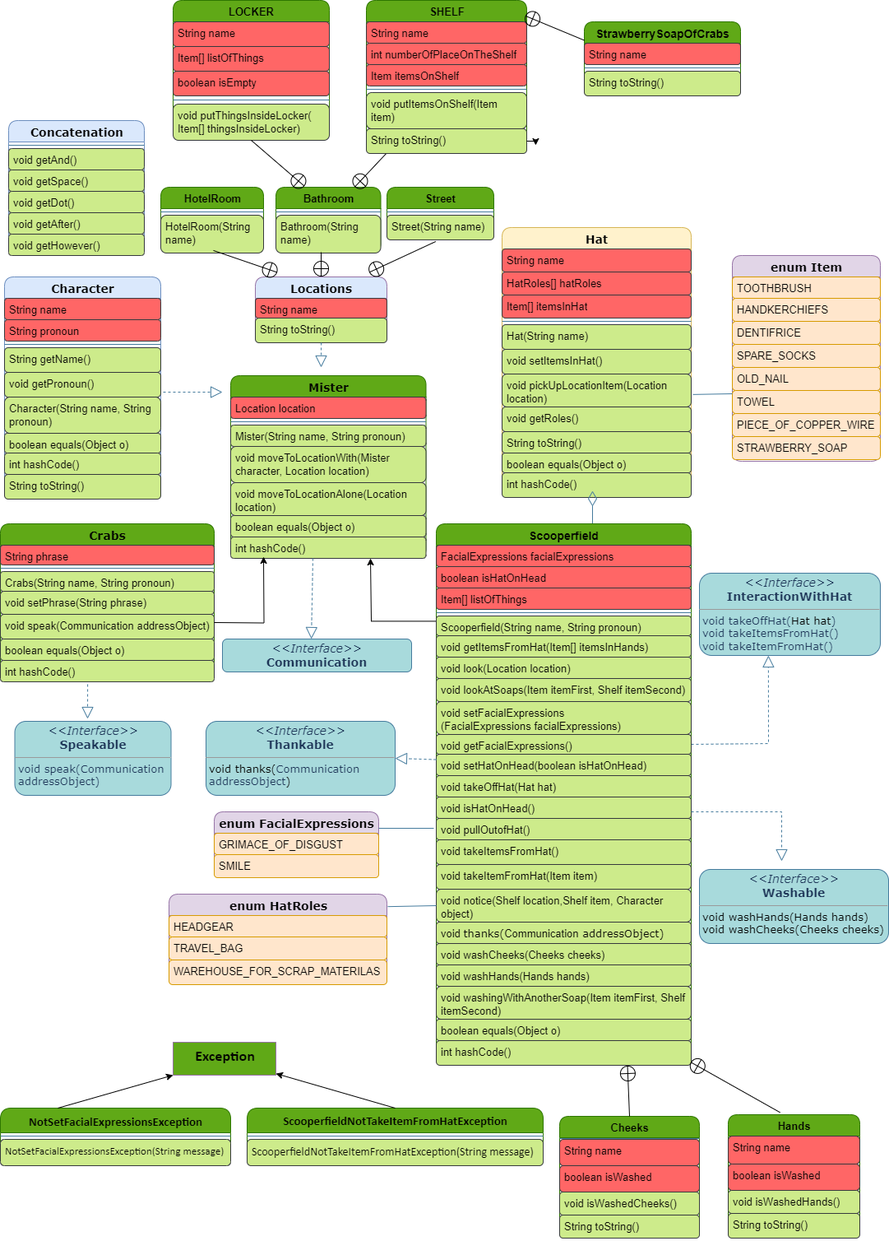
Before: src/main/resources/UML.png, a diagram exported from draw.io (WillSpector/LAB_WORK_3). Source tidied: cells renumbered, new cells last; positions are measured from the earlier drawing's top-left corner, leaving out a move shared by most shapes.
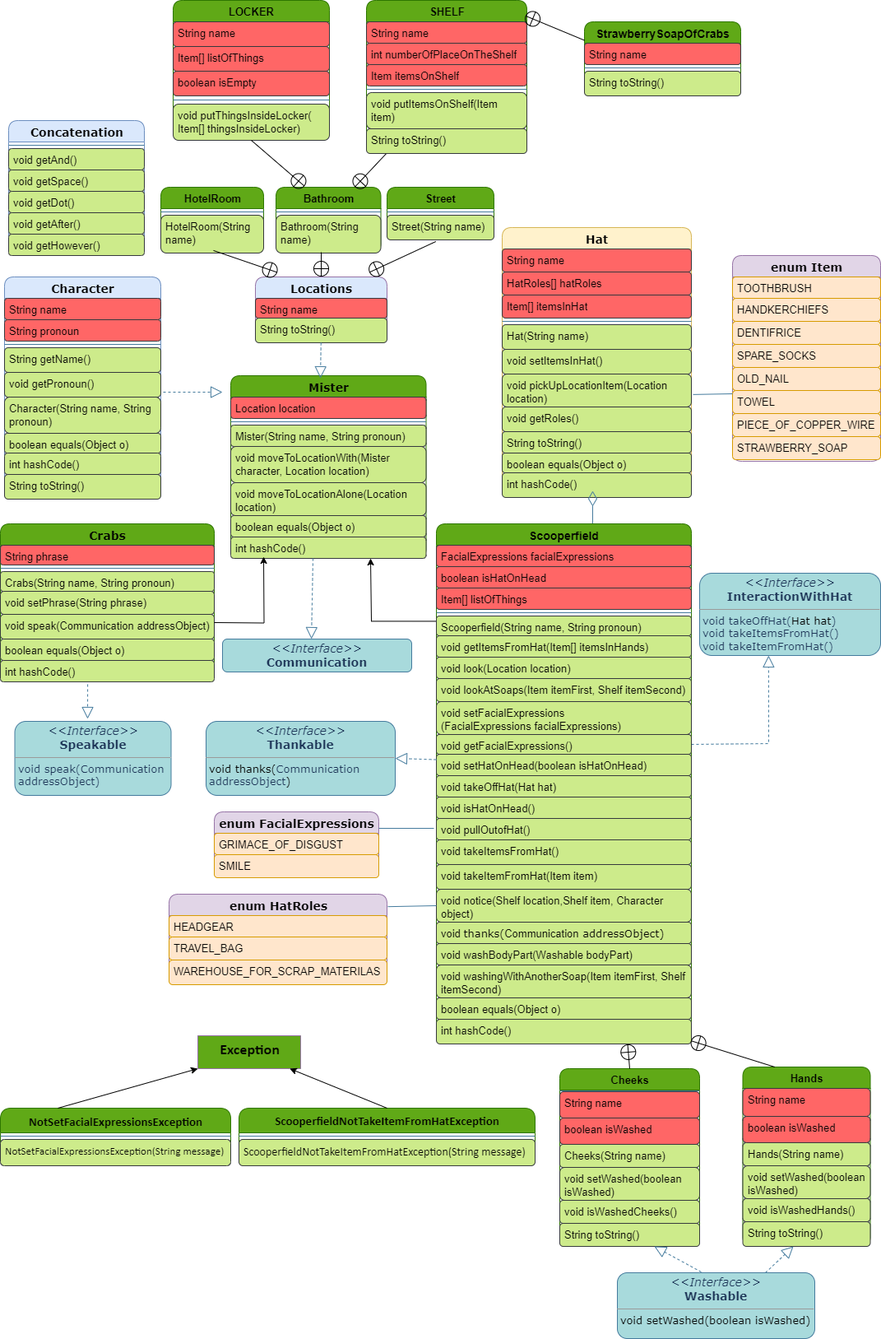
After the change.

What changed in the source:
```diff
@@ -228,7 +228,7 @@
       <mxGeometry y="138" width="165" height="26" as="geometry" />
     </mxCell>
     <mxCell id="70" value="&lt;div&gt;&lt;span style=&quot;font-family: Helvetica; text-align: left; text-wrap: wrap;&quot;&gt;&lt;font color=&quot;#000000&quot; style=&quot;font-size: 14px;&quot;&gt;Scooperfield&lt;/font&gt;&lt;/span&gt;&lt;br&gt;&lt;/div&gt;" style="swimlane;html=1;fontStyle=1;align=center;verticalAlign=top;horizontal=1;startSize=26;swimlaneFillColor=#ffffff;rounded=1;shadow=0;comic=0;labelBackgroundColor=none;strokeWidth=1;fillColor=#60a917;fontFamily=Verdana;fontSize=12;strokeColor=#2D7600;fontColor=#ffffff;" parent="1" vertex="1">
-      <mxGeometry x="530" y="636" width="310" height="658" as="geometry" />
+      <mxGeometry x="530" y="636" width="310" height="632" as="geometry" />
     </mxCell>
     <mxCell id="71" value="FacialExpressions&amp;nbsp;&lt;span style=&quot;background-color: initial; font-size: 13px;&quot;&gt;facialExpressions&lt;/span&gt;" style="text;html=1;strokeColor=#36393d;fillColor=#FF6666;align=left;verticalAlign=top;spacingLeft=4;spacingRight=4;whiteSpace=wrap;overflow=hidden;labelBackgroundColor=none;rounded=1;fontSize=13;" parent="70" vertex="1">
       <mxGeometry y="26" width="310" height="26" as="geometry" />
@@ -284,20 +284,17 @@
     <mxCell id="88" value="void &lt;span style=&quot;font-family: Verdana; background-color: initial;&quot;&gt;thanks(&lt;/span&gt;Communication&lt;span style=&quot;font-family: Verdana; background-color: initial;&quot;&gt;&amp;nbsp;addressObject)&lt;/span&gt;" style="text;html=1;strokeColor=#36393d;fillColor=#cdeb8b;align=left;verticalAlign=top;spacingLeft=4;spacingRight=4;whiteSpace=wrap;overflow=hidden;labelBackgroundColor=none;rounded=1;fontSize=13;" parent="70" vertex="1">
       <mxGeometry y="484" width="310" height="26" as="geometry" />
     </mxCell>
-    <mxCell id="89" value="void washCheeks(Cheeks cheeks)" style="text;html=1;strokeColor=#36393d;fillColor=#cdeb8b;align=left;verticalAlign=top;spacingLeft=4;spacingRight=4;whiteSpace=wrap;overflow=hidden;labelBackgroundColor=none;rounded=1;fontSize=13;" parent="70" vertex="1">
+    <mxCell id="89" value="void washBodyPart(Washable bodyPart)" style="text;html=1;strokeColor=#36393d;fillColor=#cdeb8b;align=left;verticalAlign=top;spacingLeft=4;spacingRight=4;whiteSpace=wrap;overflow=hidden;labelBackgroundColor=none;rounded=1;fontSize=13;" parent="70" vertex="1">
       <mxGeometry y="510" width="310" height="26" as="geometry" />
     </mxCell>
-    <mxCell id="90" value="void washHands(Hands hands)" style="text;html=1;strokeColor=#36393d;fillColor=#cdeb8b;align=left;verticalAlign=top;spacingLeft=4;spacingRight=4;whiteSpace=wrap;overflow=hidden;labelBackgroundColor=none;rounded=1;fontSize=13;" parent="70" vertex="1">
-      <mxGeometry y="536" width="310" height="26" as="geometry" />
-    </mxCell>
     <mxCell id="91" value="void washingWithAnotherSoap(Item itemFirst, Shelf itemSecond&lt;span style=&quot;background-color: initial;&quot;&gt;)&lt;/span&gt;" style="text;html=1;strokeColor=#36393d;fillColor=#cdeb8b;align=left;verticalAlign=top;spacingLeft=4;spacingRight=4;whiteSpace=wrap;overflow=hidden;labelBackgroundColor=none;rounded=1;fontSize=13;" parent="70" vertex="1">
-      <mxGeometry y="562" width="310" height="40" as="geometry" />
+      <mxGeometry y="536" width="310" height="40" as="geometry" />
     </mxCell>
     <mxCell id="92" value="boolean equals(Object o)" style="text;html=1;strokeColor=#36393d;fillColor=#cdeb8b;align=left;verticalAlign=top;spacingLeft=4;spacingRight=4;whiteSpace=wrap;overflow=hidden;labelBackgroundColor=none;rounded=1;fontSize=13;" parent="70" vertex="1">
-      <mxGeometry y="602" width="310" height="26" as="geometry" />
+      <mxGeometry y="576" width="310" height="26" as="geometry" />
     </mxCell>
     <mxCell id="93" value="int hashCode()" style="text;html=1;strokeColor=#36393d;fillColor=#cdeb8b;align=left;verticalAlign=top;spacingLeft=4;spacingRight=4;whiteSpace=wrap;overflow=hidden;points=[[0,0.5],[1,0.5]];portConstraint=eastwest;labelBackgroundColor=none;rounded=1;fontSize=13;" parent="70" vertex="1">
-      <mxGeometry y="628" width="310" height="30" as="geometry" />
+      <mxGeometry y="602" width="310" height="30" as="geometry" />
     </mxCell>
     <mxCell id="94" style="endArrow=block;dashed=1;endFill=0;endSize=12;html=1;rounded=0;strokeColor=#457B9D;fontColor=#1D3557;fillColor=#A8DADC;entryX=1;entryY=0.5;entryDx=0;entryDy=0;exitX=0;exitY=0.25;exitDx=0;exitDy=0;exitPerimeter=0;" parent="1" edge="1" source="81" target="52">
       <mxGeometry relative="1" as="geometry" />
@@ -377,9 +374,6 @@
     <mxCell id="119" value="String toString()" style="text;html=1;align=left;verticalAlign=top;spacingLeft=4;spacingRight=4;whiteSpace=wrap;overflow=hidden;points=[[0,0.5],[1,0.5]];portConstraint=eastwest;labelBackgroundColor=none;rounded=1;fillColor=#cdeb8b;strokeColor=#36393d;fontSize=13;" parent="113" vertex="1">
       <mxGeometry y="156" width="195" height="30" as="geometry" />
     </mxCell>
-    <mxCell id="120" style="edgeStyle=orthogonalEdgeStyle;rounded=0;orthogonalLoop=1;jettySize=auto;html=1;exitX=1;exitY=0.5;exitDx=0;exitDy=0;entryX=1.056;entryY=0.667;entryDx=0;entryDy=0;entryPerimeter=0;" parent="113" edge="1" source="119" target="119">
-      <mxGeometry relative="1" as="geometry" />
-    </mxCell>
     <mxCell id="121" value="&lt;font style=&quot;font-size: 15px;&quot;&gt;&lt;span style=&quot;color: rgb(0, 0, 0); text-align: left; text-wrap: wrap; font-family: Calibri, sans-serif;&quot; lang=&quot;EN-US&quot;&gt;N&lt;/span&gt;&lt;span style=&quot;background-color: initial; text-wrap: wrap; color: rgb(0, 0, 0); text-align: left; font-family: Calibri, sans-serif;&quot; lang=&quot;EN-US&quot;&gt;otS&lt;/span&gt;&lt;span style=&quot;background-color: initial; text-wrap: wrap; color: rgb(0, 0, 0); text-align: left; line-height: 19.9733px; font-family: Calibri, sans-serif;&quot;&gt;etFacialExpressionsException&lt;/span&gt;&lt;/font&gt;" style="swimlane;html=1;fontStyle=1;align=center;verticalAlign=top;horizontal=1;startSize=30;swimlaneFillColor=#ffffff;rounded=1;shadow=0;comic=0;labelBackgroundColor=none;strokeWidth=1;fillColor=#60a917;fontFamily=Verdana;fontSize=12;strokeColor=#2D7600;fontColor=#ffffff;" parent="1" vertex="1">
       <mxGeometry y="1346" width="280" height="70" as="geometry" />
     </mxCell>
@@ -390,13 +384,13 @@
       <mxGeometry y="38" width="280" height="32" as="geometry" />
     </mxCell>
     <mxCell id="124" value="&lt;span style=&quot;font-family: Calibri, sans-serif; text-align: left; text-wrap: wrap;&quot;&gt;&lt;font style=&quot;font-size: 18px;&quot;&gt;Exception&lt;/font&gt;&lt;/span&gt;" style="swimlane;html=1;fontStyle=1;align=center;verticalAlign=top;horizontal=1;startSize=40;swimlaneFillColor=#ffffff;rounded=1;shadow=0;comic=0;labelBackgroundColor=none;strokeWidth=1;fillColor=#60A917;fontFamily=Verdana;fontSize=12;strokeColor=#9673a6;" parent="1" vertex="1">
-      <mxGeometry x="210" y="1266" width="125" height="40" as="geometry" />
+      <mxGeometry x="240" y="1258" width="125" height="40" as="geometry" />
     </mxCell>
     <mxCell id="125" style="endArrow=classic;html=1;rounded=0;entryX=0;entryY=1;entryDx=0;entryDy=0;exitX=0.25;exitY=0;exitDx=0;exitDy=0;" parent="1" edge="1" source="121" target="124">
       <mxGeometry relative="1" as="geometry" />
     </mxCell>
     <mxCell id="126" value="&lt;span style=&quot;background-color: initial; text-wrap: wrap; color: rgb(0, 0, 0); text-align: left; line-height: 19.9733px; font-family: Calibri, sans-serif;&quot;&gt;&lt;font style=&quot;font-size: 15px;&quot;&gt;ScooperfieldNotTakeItemFromHatException&lt;/font&gt;&lt;/span&gt;" style="swimlane;html=1;fontStyle=1;align=center;verticalAlign=top;horizontal=1;startSize=30;swimlaneFillColor=#ffffff;rounded=1;shadow=0;comic=0;labelBackgroundColor=none;strokeWidth=1;fillColor=#60a917;fontFamily=Verdana;fontSize=12;strokeColor=#2D7600;fontColor=#ffffff;" parent="1" vertex="1">
-      <mxGeometry x="300" y="1346" width="360" height="70" as="geometry" />
+      <mxGeometry x="290" y="1346" width="360" height="70" as="geometry" />
     </mxCell>
     <mxCell id="127" style="line;html=1;strokeWidth=1;fillColor=none;align=left;verticalAlign=middle;spacingTop=-1;spacingLeft=3;spacingRight=3;labelPosition=right;labelBackgroundColor=none;strokeColor=#457B9D;fontColor=#1D3557;rounded=1;" parent="126" vertex="1">
       <mxGeometry y="30" width="360" height="8" as="geometry" />
@@ -431,7 +425,7 @@
       <mxGeometry x="270" y="776" width="230" height="40" as="geometry" />
     </mxCell>
     <mxCell id="137" value="&lt;font face=&quot;Helvetica&quot; color=&quot;#000000&quot;&gt;&lt;span style=&quot;font-size: 13px; text-wrap: wrap;&quot;&gt;Cheeks&lt;/span&gt;&lt;/font&gt;" style="swimlane;html=1;fontStyle=1;align=center;verticalAlign=top;horizontal=1;startSize=26;swimlaneFillColor=#ffffff;rounded=1;shadow=0;comic=0;labelBackgroundColor=none;strokeWidth=1;fillColor=#60A917;fontFamily=Verdana;fontSize=12;strokeColor=#2D7600;fontColor=#ffffff;" parent="1" vertex="1">
-      <mxGeometry x="680" y="1356" width="170" height="148" as="geometry" />
+      <mxGeometry x="680" y="1298" width="170" height="216" as="geometry" />
     </mxCell>
     <mxCell id="138" style="line;html=1;strokeWidth=1;fillColor=none;align=left;verticalAlign=middle;spacingTop=-1;spacingLeft=3;spacingRight=3;labelPosition=right;labelBackgroundColor=none;strokeColor=#457B9D;fontColor=#1D3557;rounded=1;" parent="137" vertex="1">
       <mxGeometry y="26" width="170" height="2" as="geometry" />
@@ -442,37 +436,47 @@
     <mxCell id="140" value="boolean isWashed" style="text;html=1;strokeColor=#36393d;fillColor=#FF6666;align=left;verticalAlign=top;spacingLeft=4;spacingRight=4;whiteSpace=wrap;overflow=hidden;labelBackgroundColor=none;rounded=1;fontSize=13;" parent="137" vertex="1">
       <mxGeometry y="60" width="170" height="32" as="geometry" />
     </mxCell>
+    <mxCell id="165" value="Cheeks(String name)" style="text;html=1;align=left;verticalAlign=top;spacingLeft=4;spacingRight=4;whiteSpace=wrap;overflow=hidden;labelBackgroundColor=none;rounded=1;fillColor=#cdeb8b;strokeColor=#36393d;fontSize=13;" parent="137" vertex="1">
+      <mxGeometry y="92" width="170" height="28" as="geometry" />
+    </mxCell>
+    <mxCell id="166" value="void setWashed(boolean isWashed)" style="text;html=1;align=left;verticalAlign=top;spacingLeft=4;spacingRight=4;whiteSpace=wrap;overflow=hidden;labelBackgroundColor=none;rounded=1;fillColor=#cdeb8b;strokeColor=#36393d;fontSize=13;" parent="137" vertex="1">
+      <mxGeometry y="120" width="170" height="40" as="geometry" />
+    </mxCell>
     <mxCell id="141" value="void isWashedCheeks()" style="text;html=1;align=left;verticalAlign=top;spacingLeft=4;spacingRight=4;whiteSpace=wrap;overflow=hidden;labelBackgroundColor=none;rounded=1;fillColor=#cdeb8b;strokeColor=#36393d;fontSize=13;" parent="137" vertex="1">
-      <mxGeometry y="92" width="170" height="28" as="geometry" />
+      <mxGeometry y="160" width="170" height="28" as="geometry" />
     </mxCell>
     <mxCell id="142" value="String toString()" style="text;html=1;align=left;verticalAlign=top;spacingLeft=4;spacingRight=4;whiteSpace=wrap;overflow=hidden;labelBackgroundColor=none;rounded=1;fillColor=#cdeb8b;strokeColor=#36393d;fontSize=13;" parent="137" vertex="1">
-      <mxGeometry y="120" width="170" height="28" as="geometry" />
+      <mxGeometry y="188" width="170" height="28" as="geometry" />
     </mxCell>
     <mxCell id="143" value="&lt;font face=&quot;Helvetica&quot; color=&quot;#000000&quot;&gt;&lt;span style=&quot;font-size: 13px; text-wrap: wrap;&quot;&gt;Hands&lt;/span&gt;&lt;/font&gt;&lt;div&gt;&lt;font face=&quot;Helvetica&quot; color=&quot;#000000&quot;&gt;&lt;span style=&quot;font-size: 13px; text-wrap: wrap;&quot;&gt;&lt;br&gt;&lt;/span&gt;&lt;/font&gt;&lt;/div&gt;" style="swimlane;html=1;fontStyle=1;align=center;verticalAlign=top;horizontal=1;startSize=26;swimlaneFillColor=#ffffff;rounded=1;shadow=0;comic=0;labelBackgroundColor=none;strokeWidth=1;fillColor=#60A917;fontFamily=Verdana;fontSize=12;strokeColor=#2D7600;fontColor=#ffffff;" parent="1" vertex="1">
-      <mxGeometry x="885" y="1354" width="160" height="150" as="geometry" />
+      <mxGeometry x="902.5" y="1296" width="155" height="218" as="geometry" />
     </mxCell>
     <mxCell id="144" style="line;html=1;strokeWidth=1;fillColor=none;align=left;verticalAlign=middle;spacingTop=-1;spacingLeft=3;spacingRight=3;labelPosition=right;labelBackgroundColor=none;strokeColor=#457B9D;fontColor=#1D3557;rounded=1;" parent="143" vertex="1">
-      <mxGeometry y="26" width="160" as="geometry" />
+      <mxGeometry y="26" width="155" as="geometry" />
     </mxCell>
     <mxCell id="145" value="String name" style="text;html=1;strokeColor=#36393d;fillColor=#FF6666;align=left;verticalAlign=top;spacingLeft=4;spacingRight=4;whiteSpace=wrap;overflow=hidden;labelBackgroundColor=none;rounded=1;fontSize=13;" parent="143" vertex="1">
-      <mxGeometry y="26" width="160" height="34" as="geometry" />
+      <mxGeometry y="26" width="155" height="34" as="geometry" />
     </mxCell>
     <mxCell id="146" value="boolean isWashed" style="text;html=1;strokeColor=#36393d;fillColor=#FF6666;align=left;verticalAlign=top;spacingLeft=4;spacingRight=4;whiteSpace=wrap;overflow=hidden;labelBackgroundColor=none;rounded=1;fontSize=13;" parent="143" vertex="1">
-      <mxGeometry y="60" width="160" height="32" as="geometry" />
+      <mxGeometry y="60" width="155" height="32" as="geometry" />
     </mxCell>
+    <mxCell id="167" value="Hands(String name)" style="text;html=1;align=left;verticalAlign=top;spacingLeft=4;spacingRight=4;whiteSpace=wrap;overflow=hidden;labelBackgroundColor=none;rounded=1;fillColor=#cdeb8b;strokeColor=#36393d;fontSize=13;" parent="143" vertex="1">
+      <mxGeometry y="92" width="155" height="28" as="geometry" />
+    </mxCell>
+    <mxCell id="168" value="void setWashed(boolean isWashed)" style="text;html=1;align=left;verticalAlign=top;spacingLeft=4;spacingRight=4;whiteSpace=wrap;overflow=hidden;labelBackgroundColor=none;rounded=1;fillColor=#cdeb8b;strokeColor=#36393d;fontSize=13;" parent="143" vertex="1">
+      <mxGeometry y="120" width="155" height="40" as="geometry" />
+    </mxCell>
     <mxCell id="147" value="void isWashedHands()" style="text;html=1;align=left;verticalAlign=top;spacingLeft=4;spacingRight=4;whiteSpace=wrap;overflow=hidden;labelBackgroundColor=none;rounded=1;fillColor=#cdeb8b;strokeColor=#36393d;fontSize=13;" parent="143" vertex="1">
-      <mxGeometry y="92" width="160" height="28" as="geometry" />
+      <mxGeometry y="160" width="155" height="28" as="geometry" />
     </mxCell>
     <mxCell id="148" value="String toString()" style="text;html=1;align=left;verticalAlign=top;spacingLeft=4;spacingRight=4;whiteSpace=wrap;overflow=hidden;points=[[0,0.5],[1,0.5]];portConstraint=eastwest;labelBackgroundColor=none;rounded=1;fillColor=#cdeb8b;strokeColor=#36393d;fontSize=13;" parent="143" vertex="1">
-      <mxGeometry y="120" width="160" height="30" as="geometry" />
+      <mxGeometry y="188" width="155" height="30" as="geometry" />
     </mxCell>
     <mxCell id="149" style="endArrow=circlePlus;startArrow=none;endFill=0;startFill=0;endSize=8;html=1;labelBackgroundColor=none;rounded=0;entryX=0.75;entryY=1;entryDx=0;entryDy=0;exitX=0.5;exitY=0;exitDx=0;exitDy=0;" parent="1" edge="1" source="137" target="70">
       <mxGeometry relative="1" as="geometry" />
     </mxCell>
-    <mxCell id="150" style="endArrow=block;dashed=1;endFill=0;endSize=12;html=1;rounded=0;strokeColor=#457B9D;fontColor=#1D3557;fillColor=#A8DADC;" parent="1" edge="1" source="13">
-      <mxGeometry relative="1" as="geometry">
-        <mxPoint x="390" y="446" as="targetPoint" />
-      </mxGeometry>
+    <mxCell id="150" style="endArrow=block;dashed=1;endFill=0;endSize=12;html=1;rounded=0;strokeColor=#457B9D;fontColor=#1D3557;fillColor=#A8DADC;entryX=0.459;entryY=0.014;entryDx=0;entryDy=0;entryPerimeter=0;" parent="1" edge="1" source="13" target="2">
+      <mxGeometry relative="1" as="geometry" />
     </mxCell>
     <mxCell id="151" style="endArrow=circlePlus;startArrow=none;endFill=0;startFill=0;endSize=8;html=1;labelBackgroundColor=none;rounded=0;entryX=0.5;entryY=0;entryDx=0;entryDy=0;" parent="1" edge="1" target="10">
       <mxGeometry relative="1" as="geometry">
@@ -513,20 +517,19 @@
     <mxCell id="161" style="endArrow=none;html=1;rounded=0;strokeColor=#457B9D;fontColor=#1D3557;fillColor=#A8DADC;exitX=0;exitY=0.5;exitDx=0;exitDy=0;entryX=1.004;entryY=0.138;entryDx=0;entryDy=0;entryPerimeter=0;" parent="1" edge="1" source="87" target="156">
       <mxGeometry relative="1" as="geometry" />
     </mxCell>
-    <mxCell id="162" style="endArrow=circlePlus;startArrow=none;endFill=0;startFill=0;endSize=8;html=1;labelBackgroundColor=none;rounded=0;entryX=0.997;entryY=0.867;entryDx=0;entryDy=0;exitX=0.394;exitY=-0.018;exitDx=0;exitDy=0;exitPerimeter=0;entryPerimeter=0;" parent="1" edge="1" source="143" target="93">
+    <mxCell id="162" style="endArrow=circlePlus;startArrow=none;endFill=0;startFill=0;endSize=8;html=1;labelBackgroundColor=none;rounded=0;entryX=0.997;entryY=0.867;entryDx=0;entryDy=0;entryPerimeter=0;exitX=0.25;exitY=0;exitDx=0;exitDy=0;" parent="1" edge="1" source="143" target="93">
       <mxGeometry relative="1" as="geometry" />
     </mxCell>
-    <mxCell id="163" value="&lt;p style=&quot;margin: 4px 0px 0px; text-align: center; font-size: 14px;&quot;&gt;&lt;i&gt;&amp;lt;&amp;lt;Interface&amp;gt;&amp;gt;&lt;/i&gt;&lt;br&gt;&lt;b&gt;Washable&lt;/b&gt;&lt;/p&gt;&lt;hr size=&quot;1&quot;&gt;&lt;p style=&quot;margin:0px;margin-left:4px;&quot;&gt;&lt;/p&gt;&lt;p style=&quot;margin: 0px 0px 0px 4px; font-size: 13px;&quot;&gt;&lt;span style=&quot;text-wrap: wrap; color: rgb(0, 0, 0); background-color: initial;&quot;&gt;void washHands(Hands hands)&lt;/span&gt;&lt;/p&gt;&lt;p style=&quot;margin: 0px 0px 0px 4px; font-size: 13px;&quot;&gt;&lt;span style=&quot;text-wrap: wrap; color: rgb(0, 0, 0); background-color: initial;&quot;&gt;void washCheeks(Cheeks cheeks)&lt;/span&gt;&lt;/p&gt;&lt;p style=&quot;margin:0px;margin-left:4px;&quot;&gt;&lt;br&gt;&lt;/p&gt;" style="verticalAlign=top;align=left;overflow=fill;fontSize=12;fontFamily=Verdana;html=1;rounded=1;shadow=0;comic=0;labelBackgroundColor=none;strokeWidth=1;fillColor=#A8DADC;strokeColor=#457B9D;fontColor=#1D3557;" parent="1" vertex="1">
-      <mxGeometry x="850" y="1056" width="230" height="90" as="geometry" />
+    <mxCell id="163" value="&lt;p style=&quot;margin: 4px 0px 0px; text-align: center; font-size: 14px;&quot;&gt;&lt;i&gt;&amp;lt;&amp;lt;Interface&amp;gt;&amp;gt;&lt;/i&gt;&lt;br&gt;&lt;b&gt;Washable&lt;/b&gt;&lt;/p&gt;&lt;hr size=&quot;1&quot;&gt;&lt;p style=&quot;margin:0px;margin-left:4px;&quot;&gt;&lt;/p&gt;&lt;p style=&quot;margin: 0px 0px 0px 4px; font-size: 13px;&quot;&gt;&lt;span style=&quot;text-wrap: wrap; color: rgb(0, 0, 0); background-color: initial;&quot;&gt;void setWashed(boolean isWashed)&lt;/span&gt;&lt;/p&gt;&lt;p style=&quot;margin:0px;margin-left:4px;&quot;&gt;&lt;br&gt;&lt;/p&gt;" style="verticalAlign=top;align=left;overflow=fill;fontSize=12;fontFamily=Verdana;html=1;rounded=1;shadow=0;comic=0;labelBackgroundColor=none;strokeWidth=1;fillColor=#A8DADC;strokeColor=#457B9D;fontColor=#1D3557;" parent="1" vertex="1">
+      <mxGeometry x="750" y="1546" width="240" height="80" as="geometry" />
     </mxCell>
-    <mxCell id="164" style="endArrow=block;dashed=1;endFill=0;endSize=12;html=1;rounded=0;strokeColor=#457B9D;fontColor=#1D3557;fillColor=#A8DADC;" parent="1" edge="1">
-      <mxGeometry relative="1" as="geometry">
-        <mxPoint x="840" y="986" as="sourcePoint" />
-        <mxPoint x="950" y="1046" as="targetPoint" />
-        <Array as="points">
-          <mxPoint x="950" y="986" />
-        </Array>
-      </mxGeometry>
-    </mxCell>
+    <mxCell id="169" style="endArrow=block;dashed=1;endFill=0;endSize=12;html=1;rounded=0;strokeColor=#457B9D;fontColor=#1D3557;fillColor=#A8DADC;exitX=0.75;exitY=0;exitDx=0;exitDy=0;" parent="1" edge="1" source="163" target="148">
+      <mxGeometry relative="1" as="geometry" />
+    </mxCell>
+    <mxCell id="170" style="endArrow=block;dashed=1;endFill=0;endSize=12;html=1;rounded=0;strokeColor=#457B9D;fontColor=#1D3557;fillColor=#A8DADC;exitX=0.425;exitY=-0.011;exitDx=0;exitDy=0;exitPerimeter=0;" parent="1" edge="1" source="163">
+      <mxGeometry relative="1" as="geometry">
+        <mxPoint x="795" y="1514" as="targetPoint" />
+      </mxGeometry>
+    </mxCell>
   </root>
 </mxGraphModel>
```
